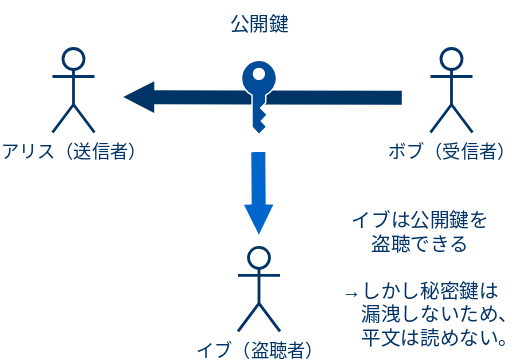
The draw.io diagram img/7-leak-pubkey.svg in akakou-doc/pubkey-crypto, before a commit. Source tidied: cells renumbered, new cells last; positions are measured from the earlier drawing's top-left corner, leaving out a move shared by most shapes. Its diagram source:
```xml
<mxGraphModel>
  <root>
    <mxCell id="0" />
    <mxCell id="1" parent="0" />
    <mxCell id="2" value="&lt;font color=&quot;#003366&quot; style=&quot;font-size: 13px&quot;&gt;アリス（送信者）&lt;/font&gt;" style="shape=umlActor;verticalLabelPosition=bottom;labelBackgroundColor=#ffffff;verticalAlign=top;html=1;strokeColor=#003366;strokeWidth=2;" parent="1" vertex="1">
      <mxGeometry y="34" width="30" height="60" as="geometry" />
    </mxCell>
    <mxCell id="3" value="&lt;font color=&quot;#003366&quot; style=&quot;font-size: 13px&quot;&gt;ボブ（受信者）&lt;/font&gt;" style="shape=umlActor;verticalLabelPosition=bottom;labelBackgroundColor=#ffffff;verticalAlign=top;html=1;strokeColor=#003366;strokeWidth=2;" parent="1" vertex="1">
      <mxGeometry x="270" y="34" width="30" height="60" as="geometry" />
    </mxCell>
    <mxCell id="4" value="&lt;font color=&quot;#003366&quot; style=&quot;font-size: 13px&quot;&gt;イブ（盗聴者）&lt;/font&gt;" style="shape=umlActor;verticalLabelPosition=bottom;labelBackgroundColor=#ffffff;verticalAlign=top;html=1;strokeColor=#003366;strokeWidth=2;" parent="1" vertex="1">
      <mxGeometry x="132.5" y="176" width="30" height="60" as="geometry" />
    </mxCell>
    <mxCell id="5" style="shape=flexArrow;endArrow=classic;html=1;endWidth=11.666666666666668;endSize=7.0583333333333345;fillColor=#003366;strokeColor=none;" parent="1" edge="1">
      <mxGeometry relative="1" as="geometry">
        <mxPoint x="250" y="69.2" as="sourcePoint" />
        <mxPoint x="50" y="68.7" as="targetPoint" />
      </mxGeometry>
    </mxCell>
    <mxCell id="6" style="shape=flexArrow;endArrow=classic;html=1;endWidth=10;endSize=6.85;fillColor=#0066CC;strokeColor=none;" parent="1" edge="1">
      <mxGeometry relative="1" as="geometry">
        <mxPoint x="147" y="107.5" as="sourcePoint" />
        <mxPoint x="147.4" y="167.5" as="targetPoint" />
      </mxGeometry>
    </mxCell>
    <mxCell id="7" value="&lt;font color=&quot;#003366&quot;&gt;&lt;span style=&quot;font-size: 14px&quot;&gt;公開鍵&lt;/span&gt;&lt;/font&gt;" style="text;html=1;strokeColor=none;fillColor=none;align=center;verticalAlign=middle;whiteSpace=wrap;rounded=0;dashed=1;" parent="1" vertex="1">
      <mxGeometry x="112.5" width="70" height="34" as="geometry" />
    </mxCell>
    <mxCell id="8" value="&lt;span style=&quot;font-size: 14px&quot;&gt;&lt;font color=&quot;#003366&quot;&gt;イブは公開鍵を&lt;br&gt;盗聴できる&lt;br&gt;&lt;br&gt;→しかし秘密鍵は&lt;br&gt;　　漏洩しないため、&lt;br&gt;　　平文は読めない。&lt;/font&gt;&lt;br&gt;&lt;/span&gt;" style="text;html=1;strokeColor=none;fillColor=none;align=center;verticalAlign=middle;whiteSpace=wrap;rounded=0;" parent="1" vertex="1">
      <mxGeometry x="182.5" y="144" width="160" height="110" as="geometry" />
    </mxCell>
    <mxCell id="9" style="shadow=0;dashed=0;html=1;strokeColor=#FFFFFF;fillColor=#004C99;labelPosition=center;verticalLabelPosition=bottom;verticalAlign=top;align=center;shape=mxgraph.office.security.key_permissions;strokeWidth=1;" parent="1" vertex="1">
      <mxGeometry x="135" y="42.5" width="25" height="53" as="geometry" />
    </mxCell>
  </root>
</mxGraphModel>
```
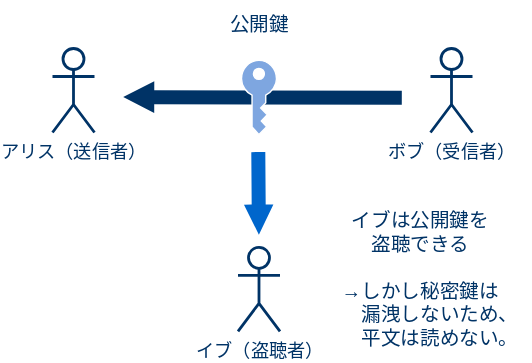
Later version of the same file.

What changed in the source:
```diff
@@ -29,7 +29,7 @@
     <mxCell id="8" value="&lt;span style=&quot;font-size: 14px&quot;&gt;&lt;font color=&quot;#003366&quot;&gt;イブは公開鍵を&lt;br&gt;盗聴できる&lt;br&gt;&lt;br&gt;→しかし秘密鍵は&lt;br&gt;　　漏洩しないため、&lt;br&gt;　　平文は読めない。&lt;/font&gt;&lt;br&gt;&lt;/span&gt;" style="text;html=1;strokeColor=none;fillColor=none;align=center;verticalAlign=middle;whiteSpace=wrap;rounded=0;" parent="1" vertex="1">
       <mxGeometry x="182.5" y="144" width="160" height="110" as="geometry" />
     </mxCell>
-    <mxCell id="9" style="shadow=0;dashed=0;html=1;strokeColor=#FFFFFF;fillColor=#004C99;labelPosition=center;verticalLabelPosition=bottom;verticalAlign=top;align=center;shape=mxgraph.office.security.key_permissions;strokeWidth=1;" parent="1" vertex="1">
+    <mxCell id="9" style="shadow=0;dashed=0;html=1;strokeColor=#FFFFFF;fillColor=#7EA6E0;labelPosition=center;verticalLabelPosition=bottom;verticalAlign=top;align=center;shape=mxgraph.office.security.key_permissions;strokeWidth=1;" parent="1" vertex="1">
       <mxGeometry x="135" y="42.5" width="25" height="53" as="geometry" />
     </mxCell>
   </root>
```
